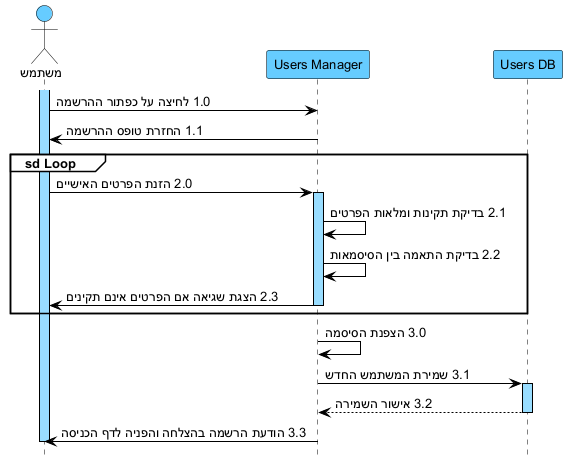
The PlantUML diagram docs/diagrams/png/01-seq-suc01-הרשמה.png in arielkaplan20/GOLDEN_HAIR_SALOAN, before a commit.
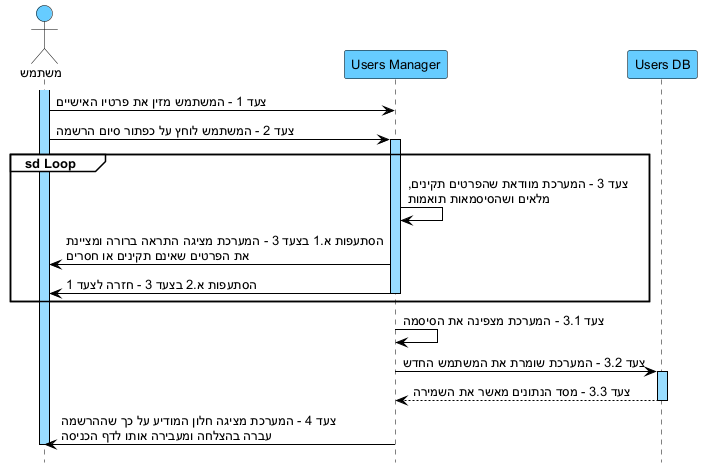
The same diagram one commit later.

Diff of the diagram source:
```diff
@@ -24,23 +24,24 @@
 participant "Users DB" as DB
 
 activate U
-U -> UM : 1.0 לחיצה על כפתור ההרשמה
-UM -> U : 1.1 החזרת טופס ההרשמה
+U -> UM : צעד 1 - המשתמש מזין את פרטיו האישיים
+U -> UM : צעד 2 - המשתמש לוחץ על כפתור סיום הרשמה
 
 group sd Loop
-U -> UM : 2.0 הזנת הפרטים האישיים
 activate UM
-UM -> UM : 2.1 בדיקת תקינות ומלאות הפרטים
-UM -> UM : 2.2 בדיקת התאמה בין הסיסמאות
-UM -> U : 2.3 הצגת שגיאה אם הפרטים אינם תקינים
+UM -> UM : צעד 3 - המערכת מוודאת שהפרטים תקינים,\nמלאים ושהסיסמאות תואמות
+UM -> U : הסתעפות א.1 בצעד 3 - המערכת מציגה התראה ברורה ומציינת\nאת הפרטים שאינם תקינים או חסרים
+UM -> U : הסתעפות א.2 בצעד 3 - חזרה לצעד 1
 deactivate UM
 end
 
-UM -> UM : 3.0 הצפנת הסיסמה
-UM -> DB : 3.1 שמירת המשתמש החדש
+activate UM
+UM -> UM : צעד 3.1 - המערכת מצפינה את הסיסמה
+UM -> DB : צעד 3.2 - המערכת שומרת את המשתמש החדש
 activate DB
-DB --> UM : 3.2 אישור השמירה
+DB --> UM : צעד 3.3 - מסד הנתונים מאשר את השמירה
 deactivate DB
-UM -> U : 3.3 הודעת הרשמה בהצלחה והפניה לדף הכניסה
+UM -> U : צעד 4 - המערכת מציגה חלון המודיע על כך שההרשמה\nעברה בהצלחה ומעבירה אותו לדף הכניסה
+deactivate UM
 deactivate U
 @enduml
```
